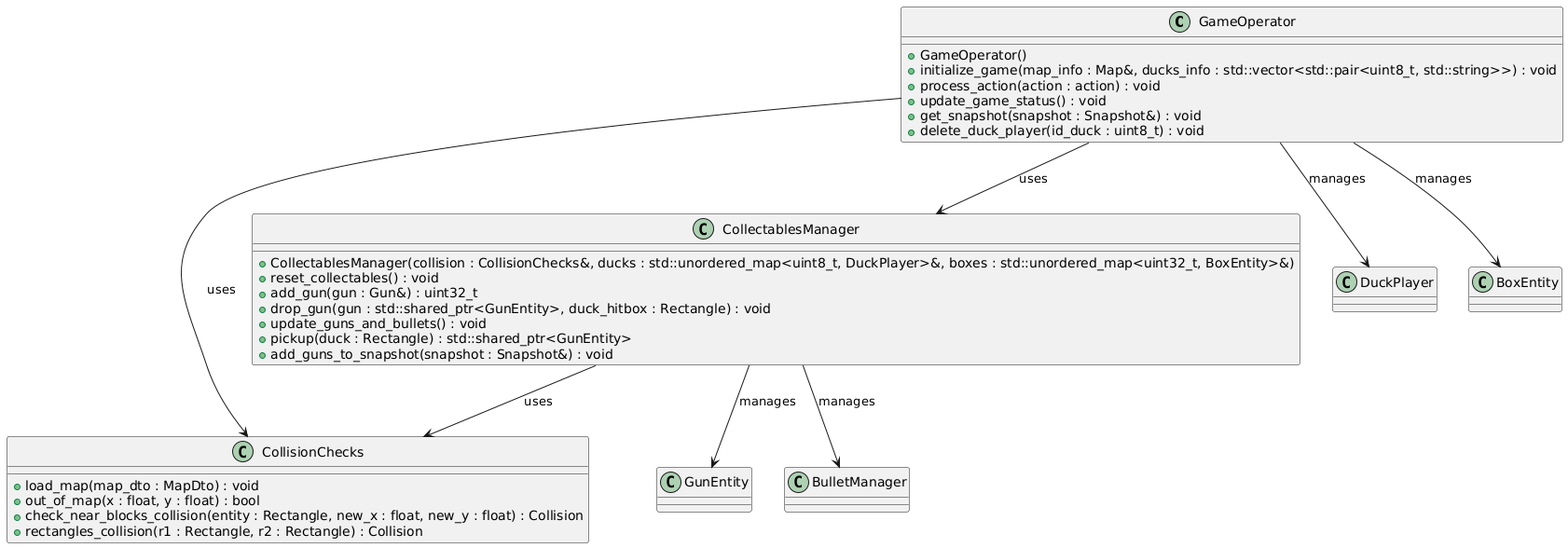
Above: docs/images/doc-tecnica/game_operator.png in Juannbel/duck-game (PlantUML), before the change. Source of this version:
```plantuml
@startuml
class GameOperator {
    + GameOperator()
    + initialize_game(map_info : Map&, ducks_info : std::vector<std::pair<uint8_t, std::string>>) : void
    + process_action(action : action) : void
    + update_game_status() : void
    + get_snapshot(snapshot : Snapshot&) : void
    + delete_duck_player(id_duck : uint8_t) : void
}

class CollisionChecks {
    + load_map(map_dto : MapDto) : void
    + out_of_map(x : float, y : float) : bool
    + check_near_blocks_collision(entity : Rectangle, new_x : float, new_y : float) : Collision
    + rectangles_collision(r1 : Rectangle, r2 : Rectangle) : Collision
}

class CollectablesManager {
    + CollectablesManager(collision : CollisionChecks&, ducks : std::unordered_map<uint8_t, DuckPlayer>&, boxes : std::unordered_map<uint32_t, BoxEntity>&)
    + reset_collectables() : void
    + add_gun(gun : Gun&) : uint32_t
    + drop_gun(gun : std::shared_ptr<GunEntity>, duck_hitbox : Rectangle) : void
    + update_guns_and_bullets() : void
    + pickup(duck : Rectangle) : std::shared_ptr<GunEntity>
    + add_guns_to_snapshot(snapshot : Snapshot&) : void
}

GameOperator --> DuckPlayer : manages
GameOperator --> BoxEntity : manages
GameOperator --> CollisionChecks : uses
GameOperator --> CollectablesManager : uses
CollectablesManager --> GunEntity : manages
CollectablesManager --> BulletManager : manages
CollectablesManager --> CollisionChecks : uses
@enduml
```
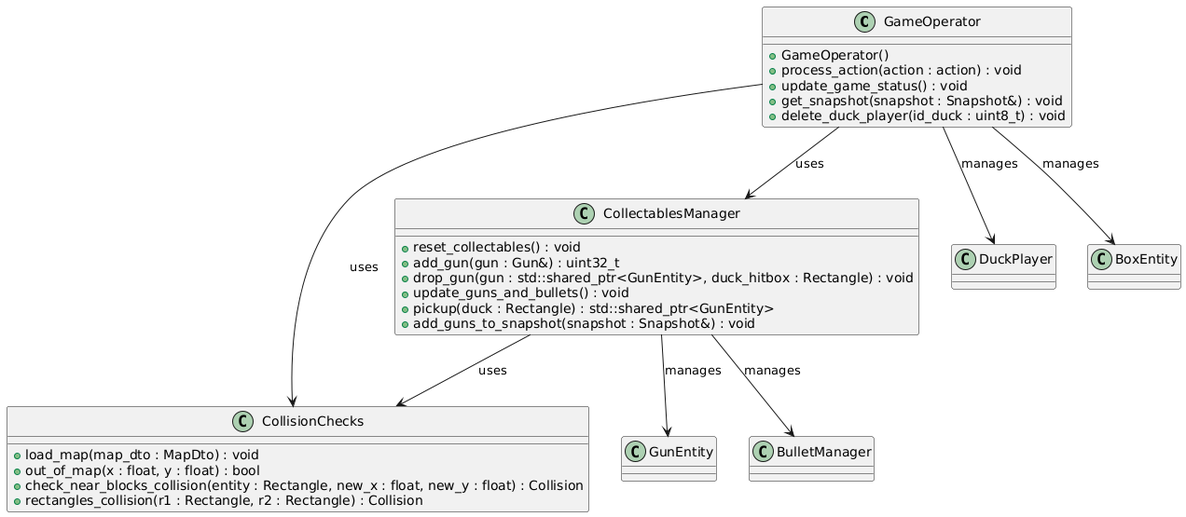
After the change.

The edit, as a diff of the source:
```diff
@@ -1,7 +1,6 @@
 @startuml
 class GameOperator {
     + GameOperator()
-    + initialize_game(map_info : Map&, ducks_info : std::vector<std::pair<uint8_t, std::string>>) : void
     + process_action(action : action) : void
     + update_game_status() : void
     + get_snapshot(snapshot : Snapshot&) : void
@@ -16,7 +15,6 @@
 }
 
 class CollectablesManager {
-    + CollectablesManager(collision : CollisionChecks&, ducks : std::unordered_map<uint8_t, DuckPlayer>&, boxes : std::unordered_map<uint32_t, BoxEntity>&)
     + reset_collectables() : void
     + add_gun(gun : Gun&) : uint32_t
     + drop_gun(gun : std::shared_ptr<GunEntity>, duck_hitbox : Rectangle) : void
```
